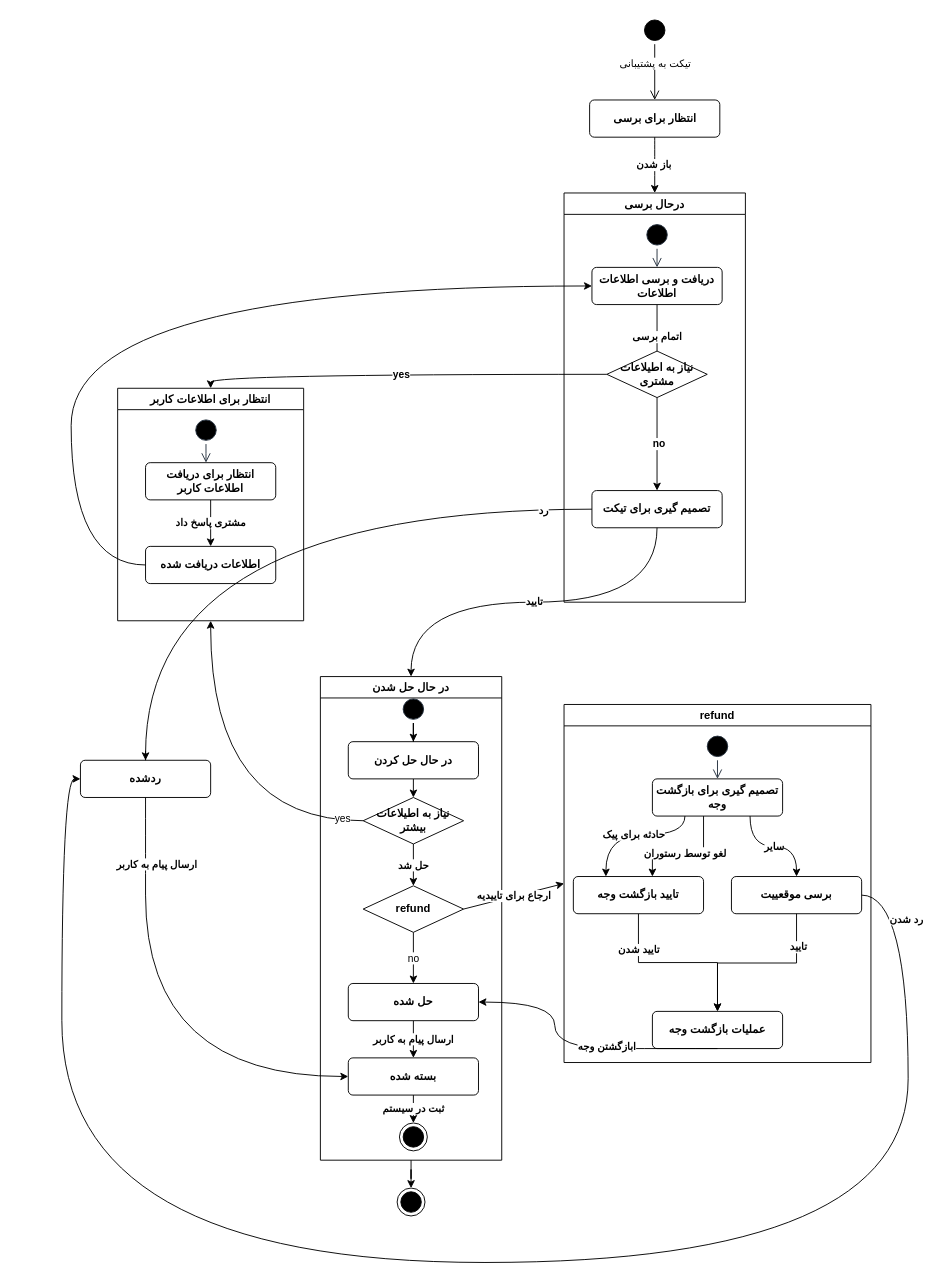
Above: state.drawio in aqua1252/tasks (draw.io), before the change. Source tidied: cells renumbered, new cells numbered last; positions are measured from the earlier drawing's top-left corner, leaving out a move shared by most shapes. Both pictures are drawn from the tidied source at 93%, with x=0, y=0 at pixel (61, 16).
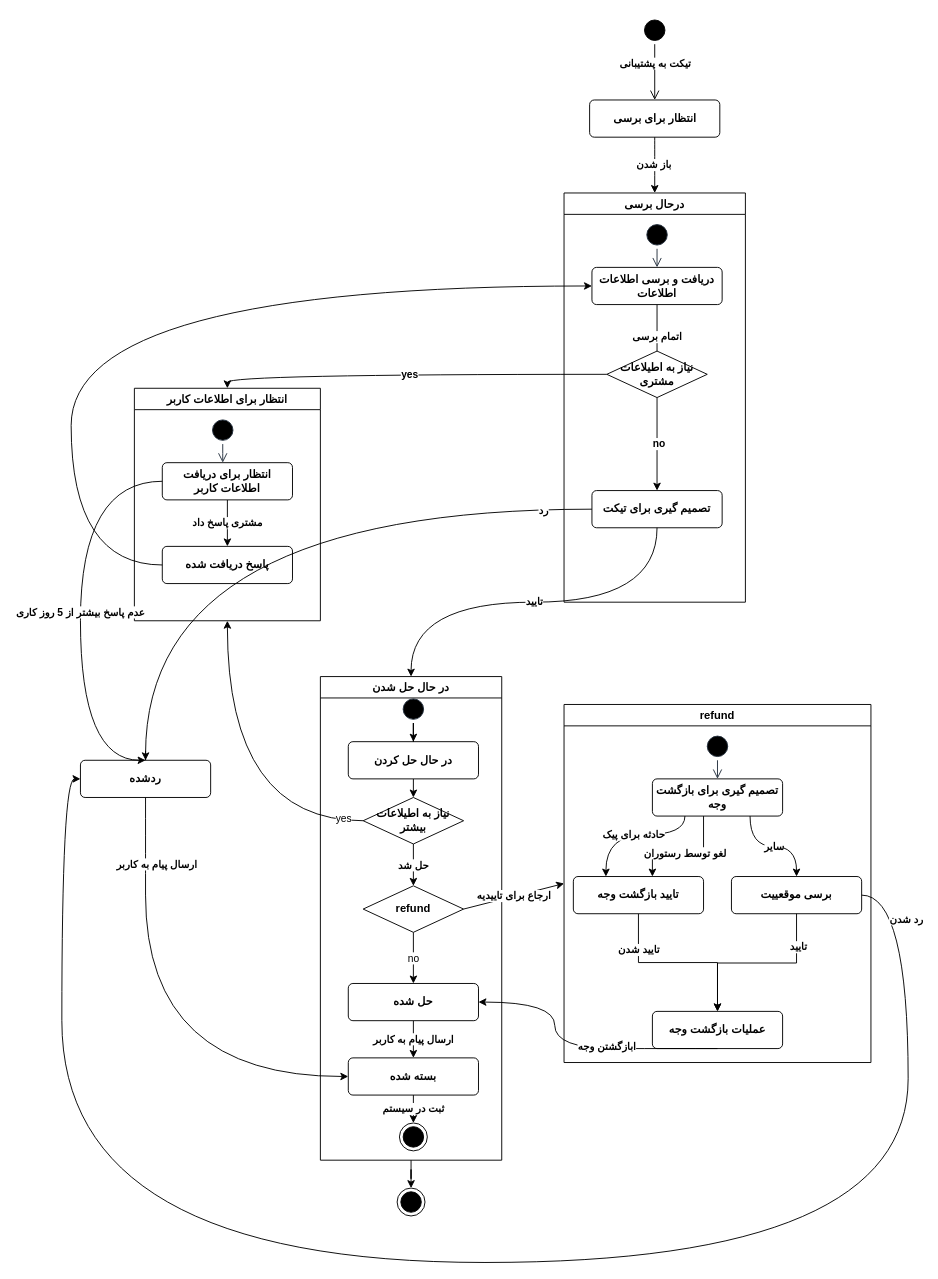
The same page after the edit.

The change refers to these unchanged cells:
```xml
<mxCell id="2" style="ellipse;html=1;shape=startState;fillColor=#000000;strokeColor=#000000;" parent="1" vertex="1">
  <mxGeometry x="622.5" width="30" height="30" as="geometry" />
</mxCell>
<mxCell id="4" value="انتظار برای برسی" style="html=1;align=center;verticalAlign=middle;rounded=1;absoluteArcSize=1;arcSize=10;dashed=0;whiteSpace=wrap;fontStyle=1;" parent="1" vertex="1">
  <mxGeometry x="567.5" y="90" width="140" height="40" as="geometry" />
</mxCell>
<mxCell id="33" value="انتظار برای دریافت اطلاعات کاربر" style="html=1;align=center;verticalAlign=middle;rounded=1;absoluteArcSize=1;arcSize=10;dashed=0;whiteSpace=wrap;fontStyle=1;" parent="29" vertex="1">
  <mxGeometry x="30" y="80" width="140" height="40" as="geometry" />
</mxCell>
```

The edit, as a diff of the source:
```diff
@@
-    <mxCell id="3" value="تیکت به پشتیبانی" style="edgeStyle=orthogonalEdgeStyle;html=1;verticalAlign=bottom;endArrow=open;endSize=8;strokeColor=#000000;rounded=0;entryX=0.5;entryY=0;entryDx=0;entryDy=0;" parent="1" edge="1" source="2" target="4">
+    <mxCell id="3" value="&lt;b&gt;تیکت به پشتیبانی&lt;/b&gt;" style="edgeStyle=orthogonalEdgeStyle;html=1;verticalAlign=bottom;endArrow=open;endSize=8;strokeColor=#000000;rounded=0;entryX=0.5;entryY=0;entryDx=0;entryDy=0;" parent="1" edge="1" source="2" target="4">
       <mxGeometry relative="1" as="geometry" />
     </mxCell>
@@
     <mxCell id="29" value="انتظار برای اطلاعات کاربر" style="swimlane;" parent="1" vertex="1">
-      <mxGeometry x="60" y="400" width="200" height="250" as="geometry" />
+      <mxGeometry x="78" y="400" width="200" height="250" as="geometry" />
     </mxCell>
@@
-    <mxCell id="34" value="اطلاعات دریافت شده" style="html=1;align=center;verticalAlign=middle;rounded=1;absoluteArcSize=1;arcSize=10;dashed=0;whiteSpace=wrap;fontStyle=1;" parent="29" vertex="1">
+    <mxCell id="34" value="پاسخ دریافت شده" style="html=1;align=center;verticalAlign=middle;rounded=1;absoluteArcSize=1;arcSize=10;dashed=0;whiteSpace=wrap;fontStyle=1;" parent="29" vertex="1">
       <mxGeometry x="30" y="170" width="140" height="40" as="geometry" />
     </mxCell>
@@
+    <mxCell id="66" value="&lt;b&gt;عدم پاسخ بیشتر از 5 روز کاری&lt;/b&gt;" style="endArrow=classic;html=1;rounded=0;exitX=0;exitY=0.5;exitDx=0;exitDy=0;edgeStyle=orthogonalEdgeStyle;curved=1;" parent="1" edge="1" source="33">
+      <mxGeometry relative="1" as="geometry">
+        <mxPoint x="90" y="800" as="targetPoint" />
+        <Array as="points">
+          <mxPoint x="20" y="500" />
+          <mxPoint x="20" y="800" />
+        </Array>
+      </mxGeometry>
+    </mxCell>
```
